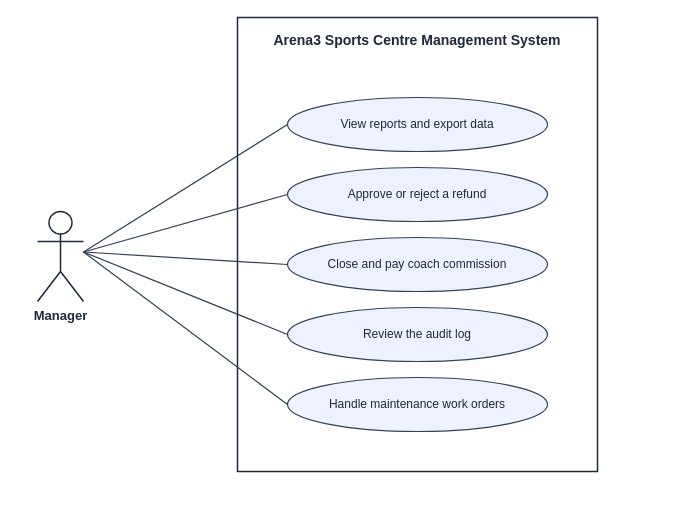
facingshootingstar/Arena3 keeps this draw.io diagram as docs/diagrams/srs/10-uc-manager-oversight.drawio. Above is the earlier version. Source tidied: cells renumbered, new cells numbered last; positions are measured from the earlier drawing's top-left corner, leaving out a move shared by most shapes. Both pictures are drawn from the tidied source at 100%, with x=0, y=0 at pixel (37, 17).
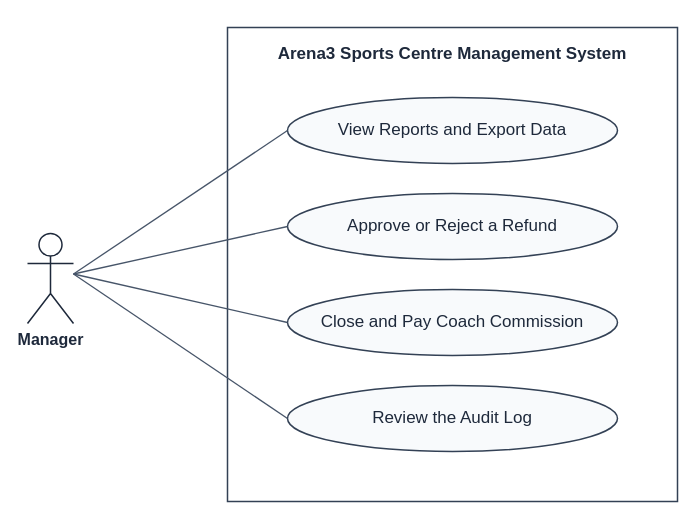
The same diagram, later.

What changed in the source:
```diff
@@
 <mxGraphModel background="#ffffff">
   <root>
     <mxCell id="0" />
     <mxCell id="1" parent="0" />
-    <mxCell id="2" value="Arena3 Sports Centre Management System" style="rounded=0;whiteSpace=wrap;html=1;fillColor=none;strokeColor=#1e293b;strokeWidth=1.5;verticalAlign=top;align=center;spacingTop=8;fontFamily=Helvetica;fontSize=14;fontStyle=1;fontColor=#1e293b;" parent="1" vertex="1">
-      <mxGeometry x="200" width="360" height="454" as="geometry" />
+    <mxCell id="2" value="Arena3 Sports Centre Management System" style="rounded=0;whiteSpace=wrap;html=1;fillColor=none;strokeColor=#334155;strokeWidth=1.5;verticalAlign=top;align=center;spacingTop=10;fontFamily=Helvetica;fontSize=17;fontStyle=1;fontColor=#1e293b;" parent="1" vertex="1">
+      <mxGeometry x="190" y="10" width="450" height="474" as="geometry" />
     </mxCell>
-    <mxCell id="3" value="View reports and export data" style="ellipse;whiteSpace=wrap;html=1;fillColor=#eef2ff;strokeColor=#334155;strokeWidth=1.2;fontFamily=Helvetica;fontSize=12;fontColor=#1e293b;" parent="1" vertex="1">
-      <mxGeometry x="250" y="80" width="260" height="54" as="geometry" />
-    </mxCell>
-    <mxCell id="4" value="Approve or reject a refund" style="ellipse;whiteSpace=wrap;html=1;fillColor=#eef2ff;strokeColor=#334155;strokeWidth=1.2;fontFamily=Helvetica;fontSize=12;fontColor=#1e293b;" parent="1" vertex="1">
-      <mxGeometry x="250" y="150" width="260" height="54" as="geometry" />
-    </mxCell>
-    <mxCell id="5" value="Close and pay coach commission" style="ellipse;whiteSpace=wrap;html=1;fillColor=#eef2ff;strokeColor=#334155;strokeWidth=1.2;fontFamily=Helvetica;fontSize=12;fontColor=#1e293b;" parent="1" vertex="1">
-      <mxGeometry x="250" y="220" width="260" height="54" as="geometry" />
-    </mxCell>
-    <mxCell id="6" value="Review the audit log" style="ellipse;whiteSpace=wrap;html=1;fillColor=#eef2ff;strokeColor=#334155;strokeWidth=1.2;fontFamily=Helvetica;fontSize=12;fontColor=#1e293b;" parent="1" vertex="1">
-      <mxGeometry x="250" y="290" width="260" height="54" as="geometry" />
-    </mxCell>
-    <mxCell id="7" value="Handle maintenance work orders" style="ellipse;whiteSpace=wrap;html=1;fillColor=#eef2ff;strokeColor=#334155;strokeWidth=1.2;fontFamily=Helvetica;fontSize=12;fontColor=#1e293b;" parent="1" vertex="1">
-      <mxGeometry x="250" y="360" width="260" height="54" as="geometry" />
-    </mxCell>
+    <mxCell id="14" value="View Reports and Export Data" style="ellipse;whiteSpace=wrap;html=1;spacingLeft=22;spacingRight=22;fillColor=#f8fafc;strokeColor=#334155;strokeWidth=1.5;fontFamily=Helvetica;fontSize=17;fontColor=#1e293b;" parent="1" vertex="1">
+      <mxGeometry x="250" y="80" width="330" height="66" as="geometry" />
+    </mxCell>
+    <mxCell id="15" value="Approve or Reject a Refund" style="ellipse;whiteSpace=wrap;html=1;spacingLeft=22;spacingRight=22;fillColor=#f8fafc;strokeColor=#334155;strokeWidth=1.5;fontFamily=Helvetica;fontSize=17;fontColor=#1e293b;" parent="1" vertex="1">
+      <mxGeometry x="250" y="176" width="330" height="66" as="geometry" />
+    </mxCell>
+    <mxCell id="16" value="Close and Pay Coach Commission" style="ellipse;whiteSpace=wrap;html=1;spacingLeft=22;spacingRight=22;fillColor=#f8fafc;strokeColor=#334155;strokeWidth=1.5;fontFamily=Helvetica;fontSize=17;fontColor=#1e293b;" parent="1" vertex="1">
+      <mxGeometry x="250" y="272" width="330" height="66" as="geometry" />
+    </mxCell>
+    <mxCell id="17" value="Review the Audit Log" style="ellipse;whiteSpace=wrap;html=1;spacingLeft=22;spacingRight=22;fillColor=#f8fafc;strokeColor=#334155;strokeWidth=1.5;fontFamily=Helvetica;fontSize=17;fontColor=#1e293b;" parent="1" vertex="1">
+      <mxGeometry x="250" y="368" width="330" height="66" as="geometry" />
+    </mxCell>
-    <mxCell id="8" value="Manager" style="shape=umlActor;verticalLabelPosition=bottom;verticalAlign=top;html=1;outlineConnect=0;fillColor=#ffffff;strokeColor=#1e293b;strokeWidth=1.5;fontFamily=Helvetica;fontSize=13;fontStyle=1;fontColor=#1e293b;" parent="1" vertex="1">
-      <mxGeometry y="194" width="46" height="90" as="geometry" />
+    <mxCell id="8" value="Manager" style="shape=umlActor;verticalLabelPosition=bottom;verticalAlign=top;html=1;outlineConnect=0;fillColor=#ffffff;strokeColor=#1e293b;strokeWidth=1.5;fontFamily=Helvetica;fontSize=16;fontStyle=1;fontColor=#1e293b;" parent="1" vertex="1">
+      <mxGeometry x="-10" y="216" width="46" height="90" as="geometry" />
     </mxCell>
-    <mxCell id="9" style="endArrow=none;html=1;rounded=0;edgeStyle=none;strokeColor=#334155;strokeWidth=1.2;exitX=1.0000;exitY=0.4500;exitDx=0;exitDy=0;exitPerimeter=0;entryX=0.0000;entryY=0.5000;entryDx=0;entryDy=0;entryPerimeter=0;" parent="1" edge="1" source="8" target="3">
+    <mxCell id="9" style="endArrow=none;html=1;rounded=0;edgeStyle=none;strokeColor=#475569;strokeWidth=1.3;exitX=1.0000;exitY=0.4500;exitDx=0;exitDy=0;exitPerimeter=0;entryX=0.0000;entryY=0.5000;entryDx=0;entryDy=0;entryPerimeter=0;" parent="1" edge="1" source="8" target="14">
       <mxGeometry relative="1" as="geometry" />
     </mxCell>
-    <mxCell id="10" style="endArrow=none;html=1;rounded=0;edgeStyle=none;strokeColor=#334155;strokeWidth=1.2;exitX=1.0000;exitY=0.4500;exitDx=0;exitDy=0;exitPerimeter=0;entryX=0.0000;entryY=0.5000;entryDx=0;entryDy=0;entryPerimeter=0;" parent="1" edge="1" source="8" target="4">
+    <mxCell id="10" style="endArrow=none;html=1;rounded=0;edgeStyle=none;strokeColor=#475569;strokeWidth=1.3;exitX=1.0000;exitY=0.4500;exitDx=0;exitDy=0;exitPerimeter=0;entryX=0.0000;entryY=0.5000;entryDx=0;entryDy=0;entryPerimeter=0;" parent="1" edge="1" source="8" target="15">
       <mxGeometry relative="1" as="geometry" />
     </mxCell>
-    <mxCell id="11" style="endArrow=none;html=1;rounded=0;edgeStyle=none;strokeColor=#334155;strokeWidth=1.2;exitX=1.0000;exitY=0.4500;exitDx=0;exitDy=0;exitPerimeter=0;entryX=0.0000;entryY=0.5000;entryDx=0;entryDy=0;entryPerimeter=0;" parent="1" edge="1" source="8" target="5">
+    <mxCell id="11" style="endArrow=none;html=1;rounded=0;edgeStyle=none;strokeColor=#475569;strokeWidth=1.3;exitX=1.0000;exitY=0.4500;exitDx=0;exitDy=0;exitPerimeter=0;entryX=0.0000;entryY=0.5000;entryDx=0;entryDy=0;entryPerimeter=0;" parent="1" edge="1" source="8" target="16">
       <mxGeometry relative="1" as="geometry" />
     </mxCell>
-    <mxCell id="12" style="endArrow=none;html=1;rounded=0;edgeStyle=none;strokeColor=#334155;strokeWidth=1.2;exitX=1.0000;exitY=0.4500;exitDx=0;exitDy=0;exitPerimeter=0;entryX=0.0000;entryY=0.5000;entryDx=0;entryDy=0;entryPerimeter=0;" parent="1" edge="1" source="8" target="6">
+    <mxCell id="12" style="endArrow=none;html=1;rounded=0;edgeStyle=none;strokeColor=#475569;strokeWidth=1.3;exitX=1.0000;exitY=0.4500;exitDx=0;exitDy=0;exitPerimeter=0;entryX=0.0000;entryY=0.5000;entryDx=0;entryDy=0;entryPerimeter=0;" parent="1" edge="1" source="8" target="17">
       <mxGeometry relative="1" as="geometry" />
     </mxCell>
-    <mxCell id="13" style="endArrow=none;html=1;rounded=0;edgeStyle=none;strokeColor=#334155;strokeWidth=1.2;exitX=1.0000;exitY=0.4500;exitDx=0;exitDy=0;exitPerimeter=0;entryX=0.0000;entryY=0.5000;entryDx=0;entryDy=0;entryPerimeter=0;" parent="1" edge="1" source="8" target="7">
-      <mxGeometry relative="1" as="geometry" />
-    </mxCell>
   </root>
 </mxGraphModel>
```
